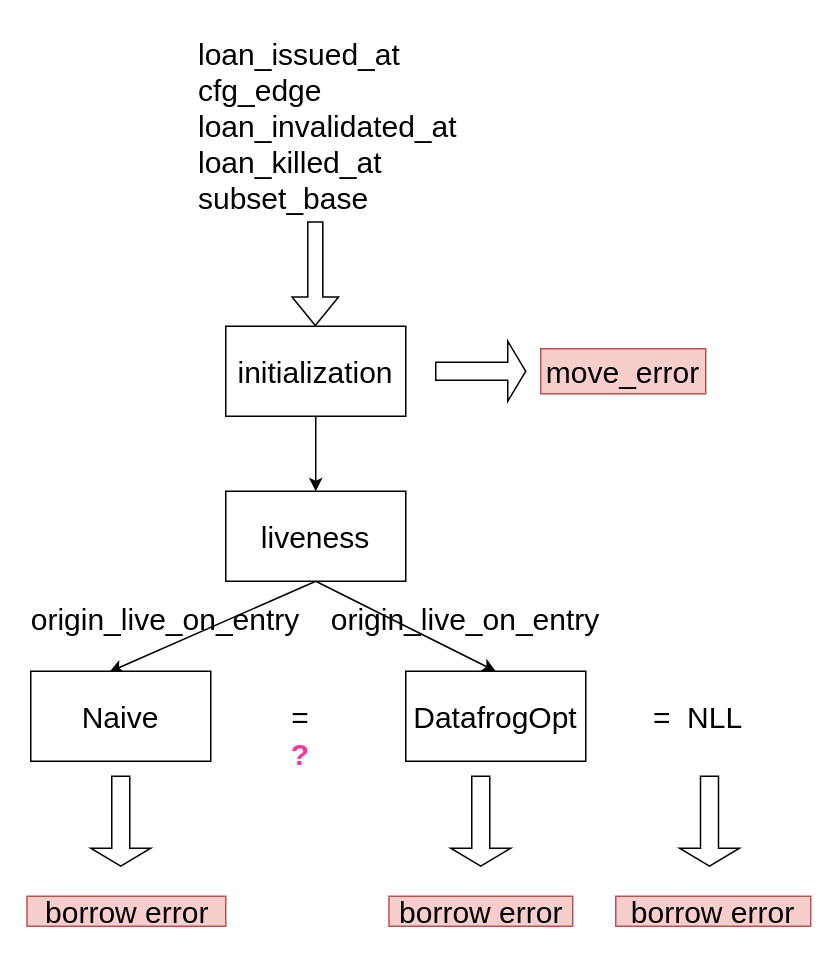
The draw.io diagram presentation/liveness.drawio in lengyijun/polonius-proof, before the edit. Source tidied: cells renumbered, new cells numbered last; positions are measured from the earlier drawing's top-left corner, leaving out a move shared by most shapes. Both pictures are drawn from the tidied source at 150%, with x=0, y=0 at pixel (27, 26).
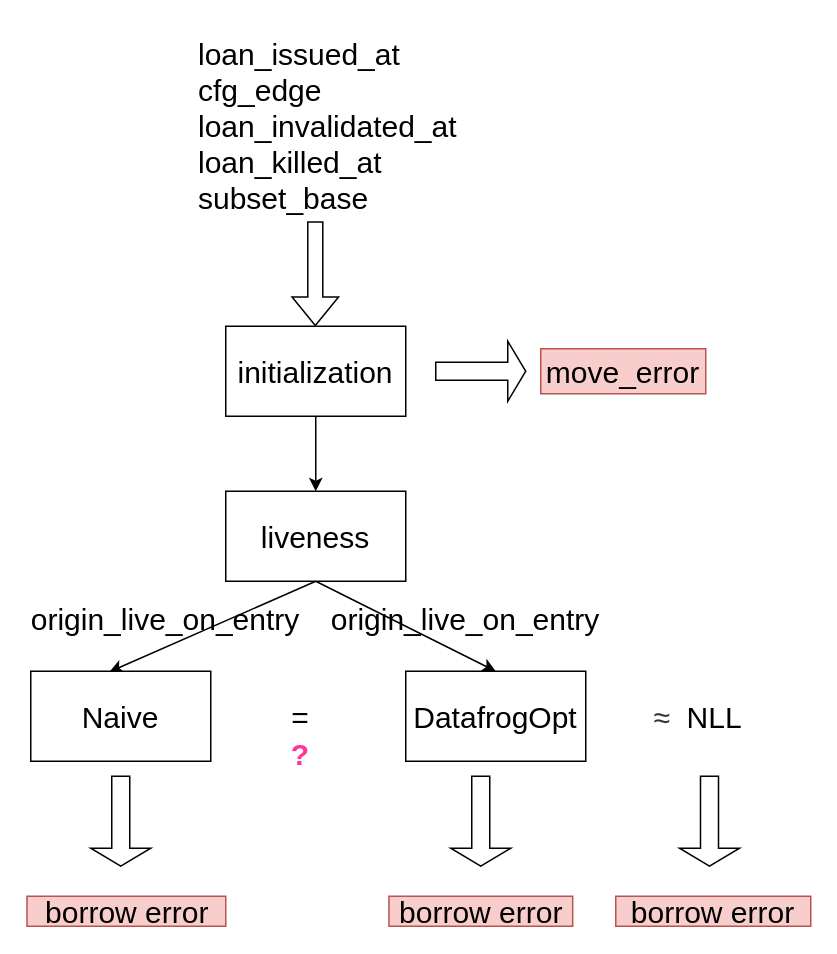
The same diagram, later.

The edit, as a diff of the source:
```diff
@@
-    <mxCell id="16" value="=&amp;nbsp; NLL" style="text;html=1;strokeColor=none;fillColor=none;align=center;verticalAlign=middle;whiteSpace=wrap;rounded=0;fontSize=20;" parent="1" vertex="1">
+    <mxCell id="16" value="&lt;font style=&quot;font-size: 20px&quot;&gt;&lt;span style=&quot;color: rgb(51 , 51 , 51) ; font-family: &amp;#34;arial&amp;#34; , sans-serif ; text-align: left ; background-color: rgb(255 , 255 , 255)&quot;&gt;≈&lt;/span&gt;&amp;nbsp; NLL&lt;/font&gt;" style="text;html=1;strokeColor=none;fillColor=none;align=center;verticalAlign=middle;whiteSpace=wrap;rounded=0;fontSize=20;" parent="1" vertex="1">
       <mxGeometry x="392" y="445" width="110" height="30" as="geometry" />
     </mxCell>
```
